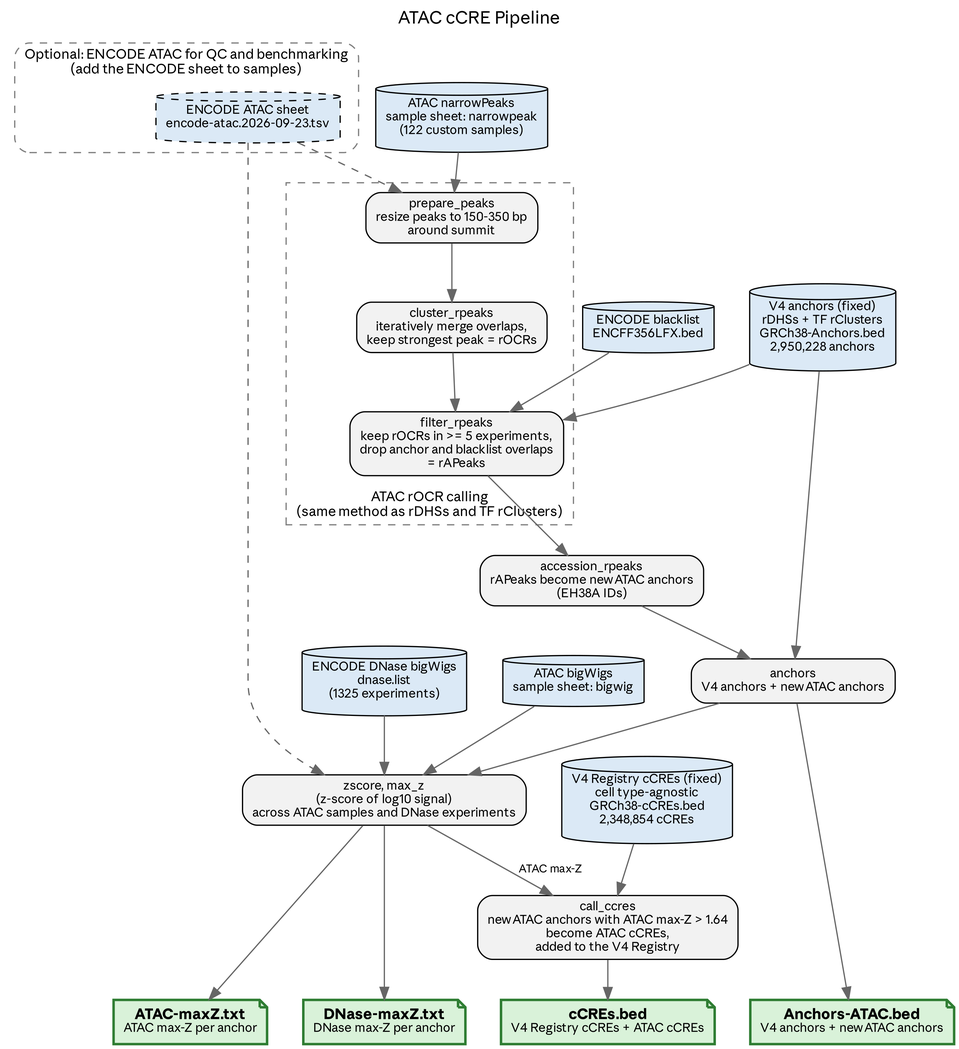
This is docs/pipeline-dag.png from ramirc0/atac-ccre-pipeline-smk, a Graphviz export, as it was before one commit. Its source is kept beside it as docs/pipeline-dag.dot.
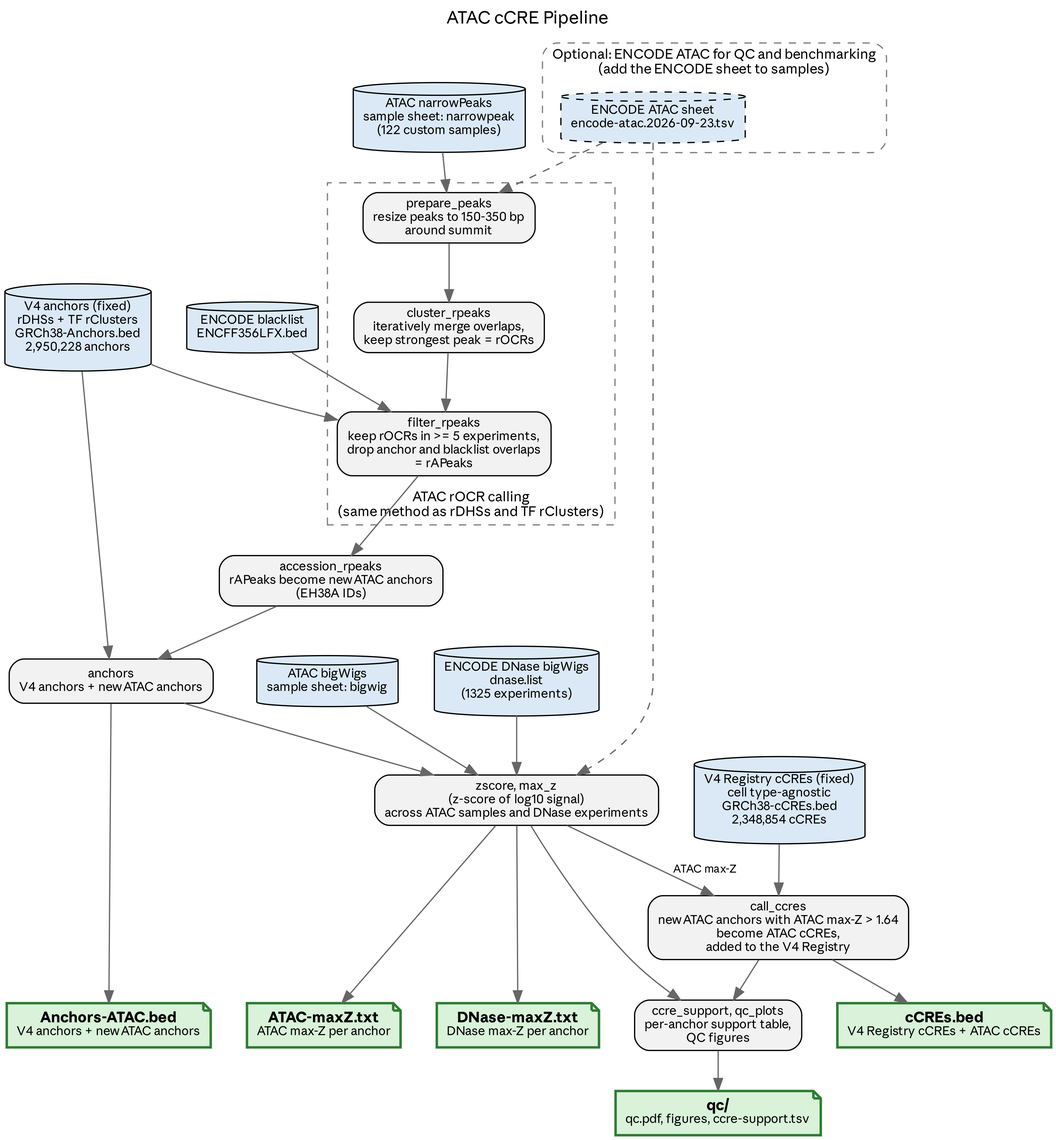
After the commit.

What changed in the source:
```diff
@@ -32,6 +32,7 @@
     anchors    [label="anchors\nV4 anchors + new ATAC anchors"];
     maxz       [label="zscore, max_z\n(z-score of log10 signal)\nacross ATAC samples and DNase experiments"];
     call       [label="call_ccres\nnew ATAC anchors with ATAC max-Z > 1.64\nbecome ATAC cCREs,\nadded to the V4 Registry"];
+    qc         [label="ccre_support, qc_plots\nper-anchor support table,\nQC figures"];
 
     subgraph outputs {
         node [shape=note, style=filled, fillcolor="#d9f2d9", color="#2e7d32", penwidth=2, fontsize=12];
@@ -39,6 +40,7 @@
         out_amax    [label=<<b>ATAC-maxZ.txt</b><br/><font point-size="10">ATAC max-Z per anchor</font>>];
         out_dmax    [label=<<b>DNase-maxZ.txt</b><br/><font point-size="10">DNase max-Z per anchor</font>>];
         out_ccres   [label=<<b>cCREs.bed</b><br/><font point-size="10">V4 Registry cCREs + ATAC cCREs</font>>];
+        out_qc      [label=<<b>qc/</b><br/><font point-size="10">qc.pdf, figures, ccre-support.tsv</font>>];
         { rank=same; out_anchors; out_amax; out_dmax; out_ccres; }
     }
 
@@ -61,6 +63,9 @@
     maxz -> call [label=" ATAC max-Z", fontsize=9];
     ccres -> call;
     call -> out_ccres;
+    call -> qc;
+    maxz -> qc;
+    qc -> out_qc;
 
     { rank=same; custom_bw; dnase; }
 }
```
